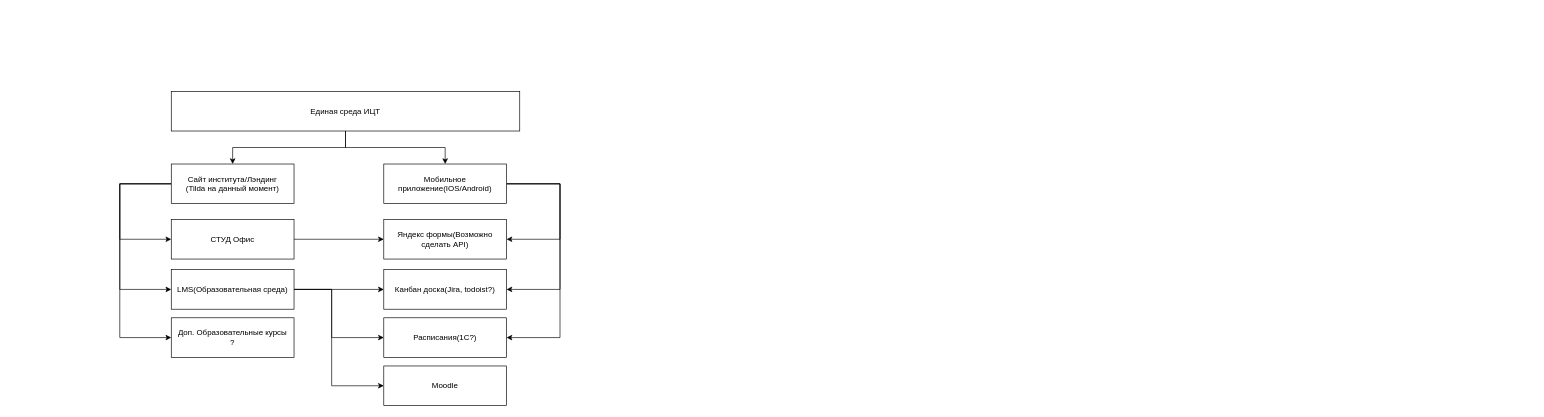
The draw.io diagram Untitled Diagram.drawio in timaracov/timaracov, before the edit. Source tidied: cells renumbered, new cells numbered last; positions are measured from the earlier drawing's top-left corner, leaving out a move shared by most shapes. Both pictures are drawn from the tidied source at 66%, with x=0, y=0 at pixel (119, 91).
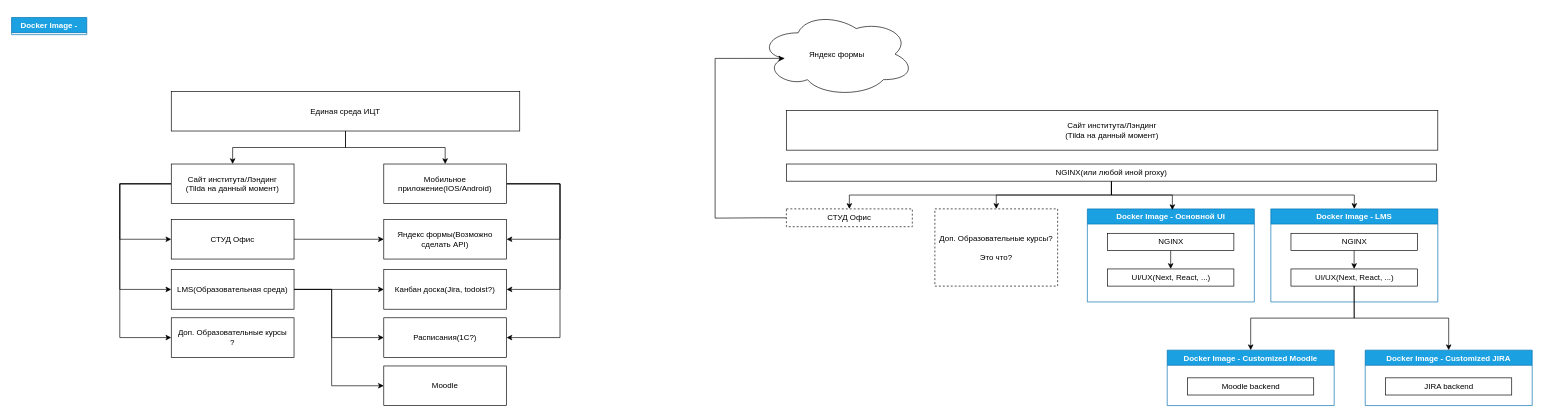
The same diagram, later.

Diff of the diagram source:
```diff
@@
+    <mxCell id="24" value="Docker Image - " style="swimlane;fillColor=#1ba1e2;fontColor=#ffffff;strokeColor=#006EAF;" parent="1" vertex="1" collapsed="1">
+      <mxGeometry x="-164" y="-112" width="114" height="26" as="geometry" />
+    </mxCell>
+    <mxCell id="25" value="Сайт института/Лэндинг&lt;br&gt;(Tilda на данный момент)" style="rounded=0;whiteSpace=wrap;html=1;" parent="1" vertex="1">
+      <mxGeometry x="1010" y="29" width="987" height="60" as="geometry" />
+    </mxCell>
+    <mxCell id="26" value="Docker Image - Основной UI" style="swimlane;fillColor=#1ba1e2;fontColor=#ffffff;strokeColor=#006EAF;" parent="1" vertex="1">
+      <mxGeometry x="1466" y="178" width="253" height="141" as="geometry" />
+    </mxCell>
+    <mxCell id="27" style="edgeStyle=orthogonalEdgeStyle;rounded=0;jettySize=auto;html=1;exitX=0.5;exitY=1;exitDx=0;exitDy=0;entryX=0.5;entryY=0;entryDx=0;entryDy=0;" parent="26" edge="1" source="28" target="29">
+      <mxGeometry relative="1" as="geometry" />
+    </mxCell>
+    <mxCell id="28" value="NGINX" style="rounded=0;whiteSpace=wrap;html=1;" parent="26" vertex="1">
+      <mxGeometry x="30.5" y="37" width="191.5" height="26" as="geometry" />
+    </mxCell>
+    <mxCell id="29" value="UI/UX(Next, React, ...)" style="rounded=0;whiteSpace=wrap;html=1;" parent="26" vertex="1">
+      <mxGeometry x="30.5" y="91" width="191.5" height="26" as="geometry" />
+    </mxCell>
+    <mxCell id="30" value="Яндекс формы" style="ellipse;shape=cloud;whiteSpace=wrap;html=1;" parent="1" vertex="1">
+      <mxGeometry x="969" y="-121" width="235" height="129" as="geometry" />
+    </mxCell>
+    <mxCell id="31" style="edgeStyle=orthogonalEdgeStyle;rounded=0;jettySize=auto;html=1;entryX=0.16;entryY=0.55;entryDx=0;entryDy=0;entryPerimeter=0;exitX=0;exitY=0.5;exitDx=0;exitDy=0;" parent="1" edge="1" source="37" target="30">
+      <mxGeometry relative="1" as="geometry">
+        <Array as="points">
+          <mxPoint x="974" y="192" />
+          <mxPoint x="902" y="192" />
+          <mxPoint x="902" y="-50" />
+        </Array>
+      </mxGeometry>
+    </mxCell>
+    <mxCell id="32" style="edgeStyle=orthogonalEdgeStyle;rounded=0;jettySize=auto;html=1;exitX=0.5;exitY=1;exitDx=0;exitDy=0;entryX=0.5;entryY=0;entryDx=0;entryDy=0;" parent="1" edge="1" source="36" target="37">
+      <mxGeometry relative="1" as="geometry" />
+    </mxCell>
+    <mxCell id="33" style="edgeStyle=orthogonalEdgeStyle;rounded=0;jettySize=auto;html=1;exitX=0.5;exitY=1;exitDx=0;exitDy=0;entryX=0.509;entryY=0.012;entryDx=0;entryDy=0;entryPerimeter=0;" parent="1" edge="1" source="36" target="26">
+      <mxGeometry relative="1" as="geometry" />
+    </mxCell>
+    <mxCell id="34" style="edgeStyle=orthogonalEdgeStyle;rounded=0;jettySize=auto;html=1;exitX=0.5;exitY=1;exitDx=0;exitDy=0;entryX=0.5;entryY=0;entryDx=0;entryDy=0;" parent="1" edge="1" source="36" target="38">
+      <mxGeometry relative="1" as="geometry" />
+    </mxCell>
+    <mxCell id="35" style="edgeStyle=orthogonalEdgeStyle;rounded=0;jettySize=auto;html=1;exitX=0.5;exitY=1;exitDx=0;exitDy=0;entryX=0.5;entryY=0;entryDx=0;entryDy=0;" parent="1" edge="1" source="36" target="39">
+      <mxGeometry relative="1" as="geometry" />
+    </mxCell>
+    <mxCell id="36" value="NGINX(или любой иной proxy)" style="rounded=0;whiteSpace=wrap;html=1;" parent="1" vertex="1">
+      <mxGeometry x="1010" y="110" width="985" height="26" as="geometry" />
+    </mxCell>
+    <mxCell id="37" value="СТУД Офис&lt;br&gt;" style="rounded=0;whiteSpace=wrap;html=1;dashed=1;" parent="1" vertex="1">
+      <mxGeometry x="1010" y="178" width="190.8" height="27" as="geometry" />
+    </mxCell>
+    <mxCell id="38" value="&lt;div&gt;Доп. Образовательные курсы?&lt;br&gt;&lt;/div&gt;&lt;div&gt;&lt;br&gt;&lt;/div&gt;&lt;div&gt;Это что?&lt;br&gt;&lt;/div&gt;" style="rounded=0;whiteSpace=wrap;html=1;dashed=1;" parent="1" vertex="1">
+      <mxGeometry x="1235" y="178" width="186" height="117" as="geometry" />
+    </mxCell>
+    <mxCell id="39" value="Docker Image - LMS" style="swimlane;fillColor=#1ba1e2;fontColor=#ffffff;strokeColor=#006EAF;" parent="1" vertex="1">
+      <mxGeometry x="1744" y="178" width="253" height="141" as="geometry" />
+    </mxCell>
+    <mxCell id="40" style="edgeStyle=orthogonalEdgeStyle;rounded=0;jettySize=auto;html=1;exitX=0.5;exitY=1;exitDx=0;exitDy=0;entryX=0.5;entryY=0;entryDx=0;entryDy=0;" parent="39" edge="1" source="41" target="42">
+      <mxGeometry relative="1" as="geometry" />
+    </mxCell>
+    <mxCell id="41" value="NGINX" style="rounded=0;whiteSpace=wrap;html=1;" parent="39" vertex="1">
+      <mxGeometry x="30.5" y="37" width="191.5" height="26" as="geometry" />
+    </mxCell>
+    <mxCell id="42" value="UI/UX(Next, React, ...)" style="rounded=0;whiteSpace=wrap;html=1;" parent="39" vertex="1">
+      <mxGeometry x="30.5" y="91" width="191.5" height="26" as="geometry" />
+    </mxCell>
+    <mxCell id="43" value="Docker Image - Customized Moodle" style="swimlane;fillColor=#1ba1e2;fontColor=#ffffff;strokeColor=#006EAF;" parent="1" vertex="1">
+      <mxGeometry x="1587" y="392" width="253" height="84" as="geometry" />
+    </mxCell>
+    <mxCell id="44" value="Moodle backend" style="rounded=0;whiteSpace=wrap;html=1;" parent="43" vertex="1">
+      <mxGeometry x="30.5" y="42" width="191.5" height="26" as="geometry" />
+    </mxCell>
+    <mxCell id="45" value="Docker Image - Customized JIRA" style="swimlane;fillColor=#1ba1e2;fontColor=#ffffff;strokeColor=#006EAF;" parent="1" vertex="1">
+      <mxGeometry x="1887" y="392" width="253" height="84" as="geometry" />
+    </mxCell>
+    <mxCell id="46" value="JIRA backend" style="rounded=0;whiteSpace=wrap;html=1;" parent="45" vertex="1">
+      <mxGeometry x="30.5" y="42" width="191.5" height="26" as="geometry" />
+    </mxCell>
+    <mxCell id="47" style="edgeStyle=orthogonalEdgeStyle;rounded=0;jettySize=auto;html=1;exitX=0.5;exitY=1;exitDx=0;exitDy=0;entryX=0.5;entryY=0;entryDx=0;entryDy=0;fontSize=20;" parent="1" edge="1" source="42" target="43">
+      <mxGeometry relative="1" as="geometry" />
+    </mxCell>
+    <mxCell id="48" style="edgeStyle=orthogonalEdgeStyle;rounded=0;jettySize=auto;html=1;exitX=0.5;exitY=1;exitDx=0;exitDy=0;entryX=0.5;entryY=0;entryDx=0;entryDy=0;fontSize=20;" parent="1" edge="1" source="42" target="45">
+      <mxGeometry relative="1" as="geometry" />
+    </mxCell>
```
